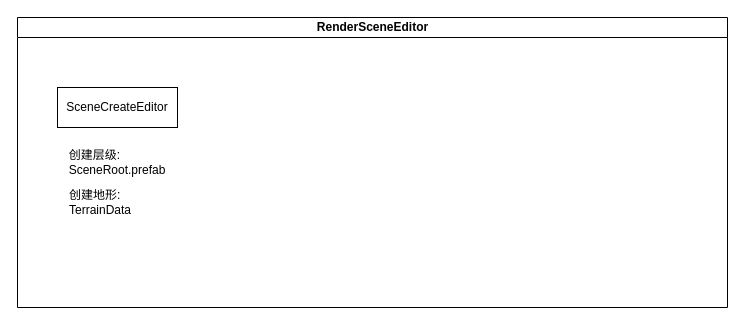
Above: Untitled Diagram.drawio in Dixmanion/SNOWTH (draw.io), before the change. Source tidied: cells renumbered, new cells numbered last; positions are measured from the earlier drawing's top-left corner, leaving out a move shared by most shapes. Both pictures are drawn from the tidied source at 100%, with x=0, y=0 at pixel (17, 17).
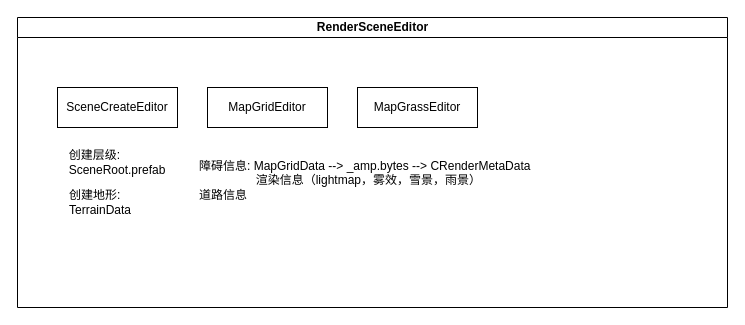
Above is the later version.

The edit, as a diff of the source:
```diff
@@
 <mxGraphModel>
   <root>
     <mxCell id="0" />
     <mxCell id="1" parent="0" />
     <mxCell id="2" value="RenderSceneEditor" style="swimlane;html=1;startSize=20;horizontal=1;containerType=tree;glass=0;" parent="1" vertex="1">
       <mxGeometry width="710" height="290" as="geometry" />
     </mxCell>
     <mxCell id="3" value="SceneCreateEditor" style="rounded=0;whiteSpace=wrap;html=1;" parent="2" vertex="1">
       <mxGeometry x="40" y="70" width="120" height="40" as="geometry" />
     </mxCell>
     <mxCell id="4" value="&lt;div style=&quot;text-align: left&quot;&gt;&lt;span&gt;创建层级:&amp;nbsp;&lt;/span&gt;&lt;/div&gt;SceneRoot.prefab" style="text;html=1;strokeColor=none;fillColor=none;align=center;verticalAlign=middle;whiteSpace=wrap;rounded=0;" parent="2" vertex="1">
       <mxGeometry x="45" y="120" width="110" height="50" as="geometry" />
     </mxCell>
     <mxCell id="5" value="&lt;div&gt;&lt;span&gt;创建地形:&lt;/span&gt;&lt;/div&gt;&lt;div&gt;&lt;span&gt;TerrainData&lt;br&gt;&lt;/span&gt;&lt;/div&gt;" style="text;html=1;strokeColor=none;fillColor=none;align=left;verticalAlign=middle;whiteSpace=wrap;rounded=0;" parent="2" vertex="1">
       <mxGeometry x="50" y="170" width="110" height="30" as="geometry" />
     </mxCell>
+    <mxCell id="6" value="MapGridEditor" style="rounded=0;whiteSpace=wrap;html=1;" parent="2" vertex="1">
+      <mxGeometry x="190" y="70" width="120" height="40" as="geometry" />
+    </mxCell>
+    <mxCell id="7" value="障碍信息:&amp;nbsp;MapGridData --&amp;gt;&amp;nbsp;_amp.bytes --&amp;gt;&amp;nbsp;CRenderMetaData&lt;br&gt;&amp;nbsp; &amp;nbsp; &amp;nbsp; &amp;nbsp; &amp;nbsp; &amp;nbsp; &amp;nbsp; &amp;nbsp; &amp;nbsp;渲染信息（lightmap，雾效，雪景，雨景）&lt;br&gt;道路信息" style="text;html=1;strokeColor=none;fillColor=none;align=left;verticalAlign=middle;whiteSpace=wrap;rounded=0;" parent="2" vertex="1">
+      <mxGeometry x="180" y="120" width="350" height="85" as="geometry" />
+    </mxCell>
+    <mxCell id="8" value="MapGrassEditor" style="rounded=0;whiteSpace=wrap;html=1;" parent="2" vertex="1">
+      <mxGeometry x="340" y="70" width="120" height="40" as="geometry" />
+    </mxCell>
   </root>
 </mxGraphModel>
```
